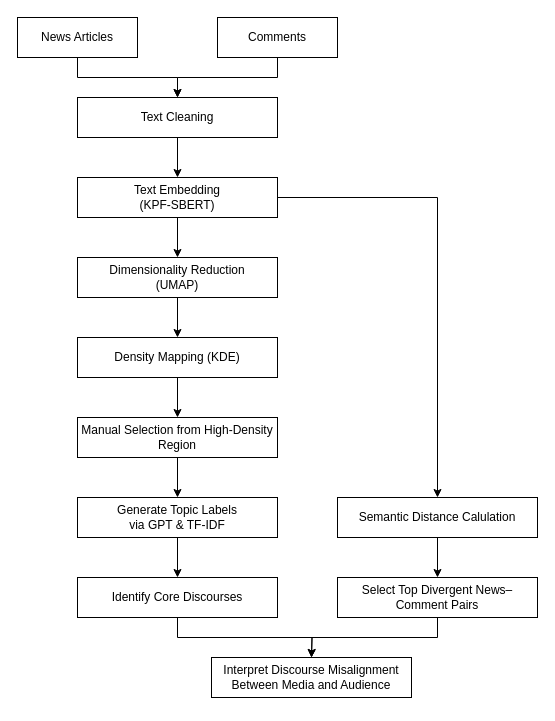
kjh8331267/Paper_Review keeps this draw.io diagram as 제목 없는 다이어그램.drawio. Above is the earlier version. Source tidied: cells renumbered, new cells numbered last; positions are measured from the earlier drawing's top-left corner, leaving out a move shared by most shapes. Both pictures are drawn from the tidied source at 100%, with x=0, y=0 at pixel (17, 17).
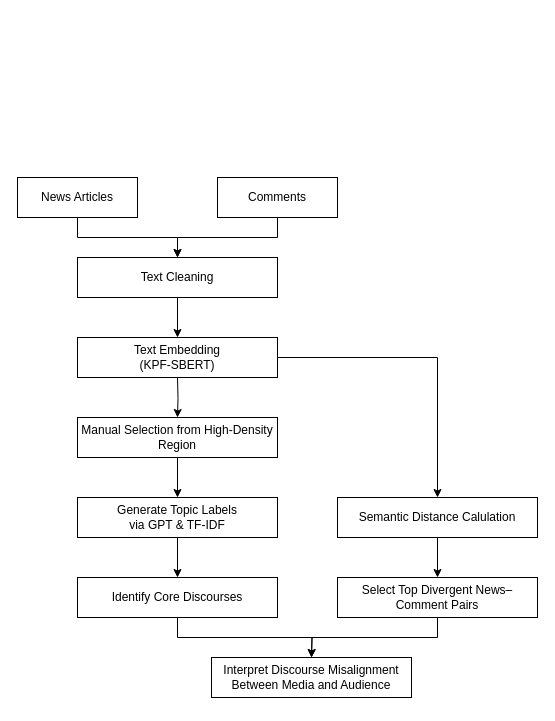
The same page after the edit.

Commit message:
제목 없는 다이어그램.drawio 업데이트

The change refers to these unchanged cells:
```xml
<mxCell id="14" value="&lt;p&gt;Manual Selection from High-Density Region&lt;/p&gt;" style="rounded=0;whiteSpace=wrap;html=1;" parent="1" vertex="1">
  <mxGeometry x="60" y="400" width="200" height="40" as="geometry" />
</mxCell>
```

What changed in the source:
```diff
@@
     <mxCell id="3" value="News Articles" style="rounded=0;whiteSpace=wrap;html=1;" parent="1" vertex="1">
-      <mxGeometry width="120" height="40" as="geometry" />
+      <mxGeometry y="160" width="120" height="40" as="geometry" />
     </mxCell>
@@
     <mxCell id="5" value="Comments" style="rounded=0;whiteSpace=wrap;html=1;" parent="1" vertex="1">
-      <mxGeometry x="200" width="120" height="40" as="geometry" />
+      <mxGeometry x="200" y="160" width="120" height="40" as="geometry" />
     </mxCell>
-    <mxCell id="6" style="edgeStyle=orthogonalEdgeStyle;rounded=0;jettySize=auto;html=1;exitX=0.5;exitY=1;exitDx=0;exitDy=0;" parent="1" edge="1" source="8" target="20">
-      <mxGeometry relative="1" as="geometry" />
-    </mxCell>
@@
     <mxCell id="8" value="Text Embedding&lt;div&gt;(&lt;span style=&quot;background-color: transparent; color: light-dark(rgb(0, 0, 0), rgb(255, 255, 255));&quot;&gt;KPF-SBERT)&lt;/span&gt;&lt;/div&gt;" style="rounded=0;whiteSpace=wrap;html=1;" parent="1" vertex="1">
-      <mxGeometry x="60" y="160" width="200" height="40" as="geometry" />
+      <mxGeometry x="60" y="320" width="200" height="40" as="geometry" />
     </mxCell>
@@
-    <mxCell id="11" style="edgeStyle=orthogonalEdgeStyle;rounded=0;jettySize=auto;html=1;exitX=0.5;exitY=1;exitDx=0;exitDy=0;entryX=0.5;entryY=0;entryDx=0;entryDy=0;" parent="1" edge="1" source="12" target="14">
-      <mxGeometry relative="1" as="geometry" />
+    <mxCell id="11" style="edgeStyle=orthogonalEdgeStyle;rounded=0;jettySize=auto;html=1;entryX=0.5;entryY=0;entryDx=0;entryDy=0;" parent="1" edge="1" target="14">
+      <mxGeometry relative="1" as="geometry">
+        <mxPoint x="160" y="360" as="sourcePoint" />
+      </mxGeometry>
     </mxCell>
-    <mxCell id="12" value="Density Mapping (KDE)" style="rounded=0;whiteSpace=wrap;html=1;" parent="1" vertex="1">
-      <mxGeometry x="60" y="320" width="200" height="40" as="geometry" />
-    </mxCell>
@@
     <mxCell id="18" value="Text Cleaning" style="rounded=0;whiteSpace=wrap;html=1;" parent="1" vertex="1">
-      <mxGeometry x="60" y="80" width="200" height="40" as="geometry" />
+      <mxGeometry x="60" y="240" width="200" height="40" as="geometry" />
     </mxCell>
-    <mxCell id="19" style="edgeStyle=orthogonalEdgeStyle;rounded=0;jettySize=auto;html=1;exitX=0.5;exitY=1;exitDx=0;exitDy=0;entryX=0.5;entryY=0;entryDx=0;entryDy=0;" parent="1" edge="1" source="20" target="12">
-      <mxGeometry relative="1" as="geometry" />
-    </mxCell>
-    <mxCell id="20" value="Dimensionality Reduction&lt;div&gt;(UMAP)&lt;/div&gt;" style="rounded=0;whiteSpace=wrap;html=1;" parent="1" vertex="1">
-      <mxGeometry x="60" y="240" width="200" height="40" as="geometry" />
-    </mxCell>
```
